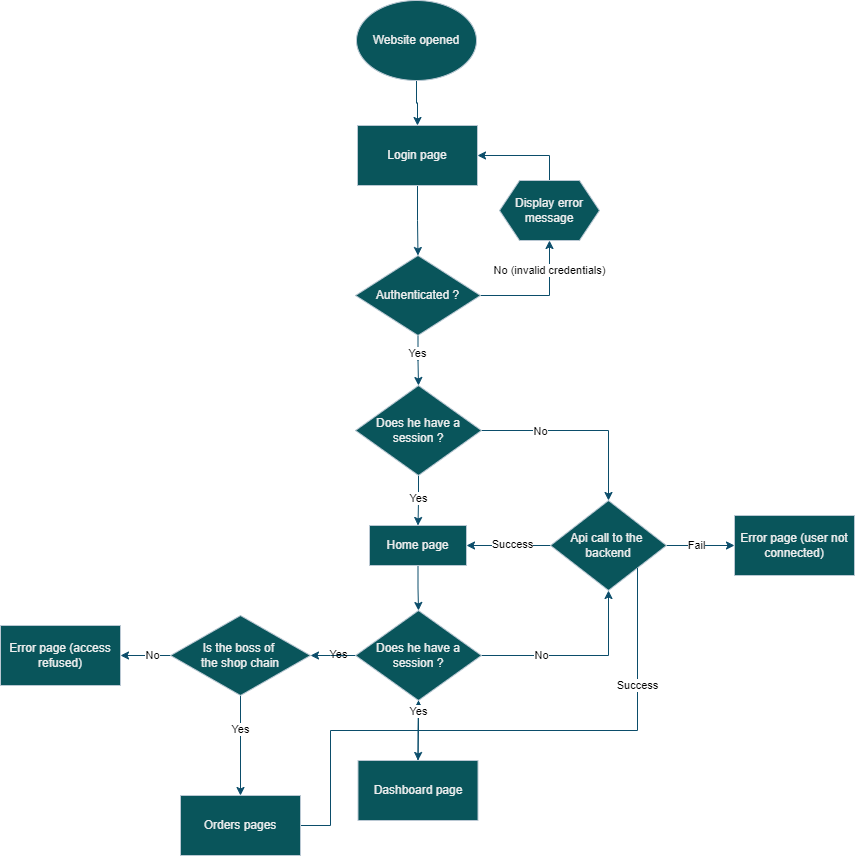
The draw.io diagram 01-Documents/CodeSchematics/Untitled Diagram.drawio.png in dam277/P-TPI-ETML, before a commit. Source tidied: cells renumbered, new cells last; positions are measured from the earlier drawing's top-left corner, leaving out a move shared by most shapes.
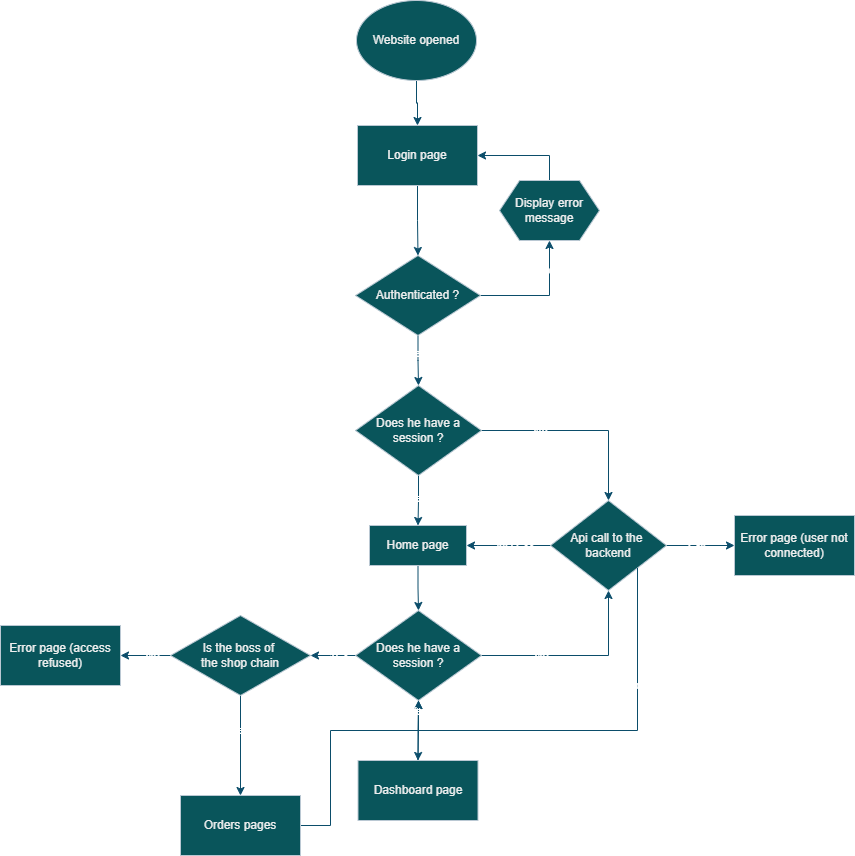
Above is the later version.

What changed in the source:
```diff
@@ -17,7 +17,7 @@
     <mxCell id="6" style="edgeStyle=orthogonalEdgeStyle;rounded=0;jettySize=auto;html=1;labelBackgroundColor=none;fontColor=default;strokeColor=#0B4D6A;" parent="1" edge="1" source="10" target="12">
       <mxGeometry relative="1" as="geometry" />
     </mxCell>
-    <mxCell id="7" value="No (invalid credentials)" style="edgeLabel;html=1;align=center;verticalAlign=middle;" parent="6" vertex="1">
+    <mxCell id="7" value="No (invalid credentials)" style="edgeLabel;html=1;align=center;verticalAlign=middle;labelBackgroundColor=none;fontColor=#FFFFFF;" parent="6" vertex="1">
       <mxGeometry x="0.23" y="1" relative="1" as="geometry">
         <mxPoint x="1" y="-18" as="offset" />
       </mxGeometry>
@@ -25,7 +25,7 @@
     <mxCell id="8" style="edgeStyle=orthogonalEdgeStyle;rounded=0;jettySize=auto;html=1;exitX=0.5;exitY=1;exitDx=0;exitDy=0;entryX=0.5;entryY=0;entryDx=0;entryDy=0;fontStyle=4;labelBackgroundColor=none;fontColor=default;strokeColor=#0B4D6A;" parent="1" edge="1" source="10" target="19">
       <mxGeometry relative="1" as="geometry" />
     </mxCell>
-    <mxCell id="9" value="Yes" style="edgeLabel;html=1;align=center;verticalAlign=middle;" parent="8" vertex="1">
+    <mxCell id="9" value="Yes" style="edgeLabel;html=1;align=center;verticalAlign=middle;labelBackgroundColor=none;fontColor=#FFFFFF;" parent="8" vertex="1">
       <mxGeometry x="-0.29" y="-1" relative="1" as="geometry" />
     </mxCell>
     <mxCell id="10" value="Authenticated ?" style="rhombus;whiteSpace=wrap;html=1;labelBackgroundColor=none;fillColor=#09555B;strokeColor=#BAC8D3;fontColor=#EEEEEE;" parent="1" vertex="1">
@@ -46,13 +46,13 @@
     <mxCell id="15" style="edgeStyle=orthogonalEdgeStyle;rounded=0;jettySize=auto;html=1;labelBackgroundColor=none;fontColor=default;strokeColor=#0B4D6A;" parent="1" edge="1" source="19" target="24">
       <mxGeometry relative="1" as="geometry" />
     </mxCell>
-    <mxCell id="16" value="No" style="edgeLabel;html=1;align=center;verticalAlign=middle;" parent="15" vertex="1">
+    <mxCell id="16" value="No" style="edgeLabel;html=1;align=center;verticalAlign=middle;labelBackgroundColor=none;fontColor=#FFFFFF;" parent="15" vertex="1">
       <mxGeometry x="-0.41" y="-1" relative="1" as="geometry" />
     </mxCell>
     <mxCell id="17" style="edgeStyle=orthogonalEdgeStyle;rounded=0;jettySize=auto;html=1;exitX=0.5;exitY=1;exitDx=0;exitDy=0;entryX=0.5;entryY=0;entryDx=0;entryDy=0;labelBackgroundColor=none;fontColor=default;strokeColor=#0B4D6A;" parent="1" edge="1" source="19" target="14">
       <mxGeometry relative="1" as="geometry" />
     </mxCell>
-    <mxCell id="18" value="Yes" style="edgeLabel;html=1;align=center;verticalAlign=middle;" parent="17" vertex="1">
+    <mxCell id="18" value="Yes" style="edgeLabel;html=1;align=center;verticalAlign=middle;labelBackgroundColor=none;fontColor=#FFFFFF;" parent="17" vertex="1">
       <mxGeometry x="-0.12" relative="1" as="geometry" />
     </mxCell>
     <mxCell id="19" value="Does he have a session ?" style="rhombus;whiteSpace=wrap;html=1;labelBackgroundColor=none;fillColor=#09555B;strokeColor=#BAC8D3;fontColor=#EEEEEE;" parent="1" vertex="1">
@@ -61,13 +61,13 @@
     <mxCell id="20" style="edgeStyle=orthogonalEdgeStyle;rounded=0;jettySize=auto;html=1;labelBackgroundColor=none;fontColor=default;strokeColor=#0B4D6A;" parent="1" edge="1" source="24" target="25">
       <mxGeometry relative="1" as="geometry" />
     </mxCell>
-    <mxCell id="21" value="Fail" style="edgeLabel;html=1;align=center;verticalAlign=middle;" parent="20" vertex="1">
+    <mxCell id="21" value="Fail" style="edgeLabel;html=1;align=center;verticalAlign=middle;labelBackgroundColor=none;fontColor=#FFFFFF;" parent="20" vertex="1">
       <mxGeometry x="-0.12" relative="1" as="geometry" />
     </mxCell>
     <mxCell id="22" style="edgeStyle=orthogonalEdgeStyle;rounded=0;jettySize=auto;html=1;exitX=0;exitY=0.5;exitDx=0;exitDy=0;entryX=1;entryY=0.5;entryDx=0;entryDy=0;labelBackgroundColor=none;fontColor=default;strokeColor=#0B4D6A;" parent="1" edge="1" source="24" target="14">
       <mxGeometry relative="1" as="geometry" />
     </mxCell>
-    <mxCell id="23" value="Success" style="edgeLabel;html=1;align=center;verticalAlign=middle;" parent="22" vertex="1">
+    <mxCell id="23" value="Success" style="edgeLabel;html=1;align=center;verticalAlign=middle;labelBackgroundColor=none;fontColor=#FFFFFF;" parent="22" vertex="1">
       <mxGeometry x="-0.08" y="-1" relative="1" as="geometry" />
     </mxCell>
     <mxCell id="24" value="Api call to the&amp;nbsp;&lt;div&gt;backend&lt;/div&gt;" style="rhombus;whiteSpace=wrap;html=1;labelBackgroundColor=none;fillColor=#09555B;strokeColor=#BAC8D3;fontColor=#EEEEEE;" parent="1" vertex="1">
@@ -79,7 +79,7 @@
     <mxCell id="26" style="edgeStyle=orthogonalEdgeStyle;rounded=0;jettySize=auto;html=1;exitX=1;exitY=0.5;exitDx=0;exitDy=0;entryX=0.5;entryY=1;entryDx=0;entryDy=0;labelBackgroundColor=none;fontColor=default;strokeColor=#0B4D6A;" parent="1" edge="1" source="31" target="24">
       <mxGeometry relative="1" as="geometry" />
     </mxCell>
-    <mxCell id="27" value="No" style="edgeLabel;html=1;align=center;verticalAlign=middle;" parent="26" vertex="1">
+    <mxCell id="27" value="No" style="edgeLabel;html=1;align=center;verticalAlign=middle;labelBackgroundColor=none;fontColor=#FFFFFF;" parent="26" vertex="1">
       <mxGeometry x="-0.38" relative="1" as="geometry" />
     </mxCell>
     <mxCell id="28" style="edgeStyle=orthogonalEdgeStyle;rounded=0;jettySize=auto;html=1;labelBackgroundColor=none;fontColor=default;strokeColor=#0B4D6A;" parent="1" edge="1" source="31" target="33">
@@ -93,7 +93,7 @@
         </Array>
       </mxGeometry>
     </mxCell>
-    <mxCell id="30" value="Yes" style="edgeLabel;html=1;align=center;verticalAlign=middle;labelBackgroundColor=none;" parent="29" vertex="1">
+    <mxCell id="30" value="Yes" style="edgeLabel;html=1;align=center;verticalAlign=middle;labelBackgroundColor=none;fontColor=#FFFFFF;" parent="29" vertex="1">
       <mxGeometry x="-0.21" y="1" relative="1" as="geometry">
         <mxPoint y="-2" as="offset" />
       </mxGeometry>
@@ -110,13 +110,13 @@
     <mxCell id="34" style="edgeStyle=orthogonalEdgeStyle;rounded=0;jettySize=auto;html=1;labelBackgroundColor=none;fontColor=default;strokeColor=#0B4D6A;" parent="1" edge="1" source="38" target="41">
       <mxGeometry relative="1" as="geometry" />
     </mxCell>
-    <mxCell id="35" value="Yes" style="edgeLabel;html=1;align=center;verticalAlign=middle;" parent="34" vertex="1">
+    <mxCell id="35" value="Yes" style="edgeLabel;html=1;align=center;verticalAlign=middle;labelBackgroundColor=none;fontColor=#FFFFFF;" parent="34" vertex="1">
       <mxGeometry x="-0.32" relative="1" as="geometry" />
     </mxCell>
     <mxCell id="36" style="edgeStyle=orthogonalEdgeStyle;rounded=0;jettySize=auto;html=1;labelBackgroundColor=none;fontColor=default;strokeColor=#0B4D6A;" parent="1" edge="1" source="38" target="42">
       <mxGeometry relative="1" as="geometry" />
     </mxCell>
-    <mxCell id="37" value="No" style="edgeLabel;html=1;align=center;verticalAlign=middle;" parent="36" vertex="1">
+    <mxCell id="37" value="No" style="edgeLabel;html=1;align=center;verticalAlign=middle;labelBackgroundColor=none;fontColor=#FFFFFF;" parent="36" vertex="1">
       <mxGeometry x="-0.25" relative="1" as="geometry" />
     </mxCell>
     <mxCell id="38" value="Is the boss of&amp;nbsp;&lt;div&gt;the shop chain&lt;/div&gt;" style="rhombus;whiteSpace=wrap;html=1;labelBackgroundColor=none;fillColor=#09555B;strokeColor=#BAC8D3;fontColor=#EEEEEE;" parent="1" vertex="1">
@@ -131,7 +131,7 @@
         </Array>
       </mxGeometry>
     </mxCell>
-    <mxCell id="40" value="Yes" style="edgeLabel;html=1;align=center;verticalAlign=middle;" parent="39" vertex="1">
+    <mxCell id="40" value="Yes" style="edgeLabel;html=1;align=center;verticalAlign=middle;labelBackgroundColor=none;fontColor=#FFFFFF;" parent="39" vertex="1">
       <mxGeometry x="0.9" y="-1" relative="1" as="geometry">
         <mxPoint x="-1" y="-2" as="offset" />
       </mxGeometry>
@@ -150,7 +150,7 @@
         </Array>
       </mxGeometry>
     </mxCell>
-    <mxCell id="44" value="Success" style="edgeLabel;html=1;align=center;verticalAlign=middle;" parent="43" vertex="1">
+    <mxCell id="44" value="Success" style="edgeLabel;html=1;align=center;verticalAlign=middle;labelBackgroundColor=none;fontColor=#FFFFFF;" parent="43" vertex="1">
       <mxGeometry x="0.4" relative="1" as="geometry" />
     </mxCell>
   </root>
```
